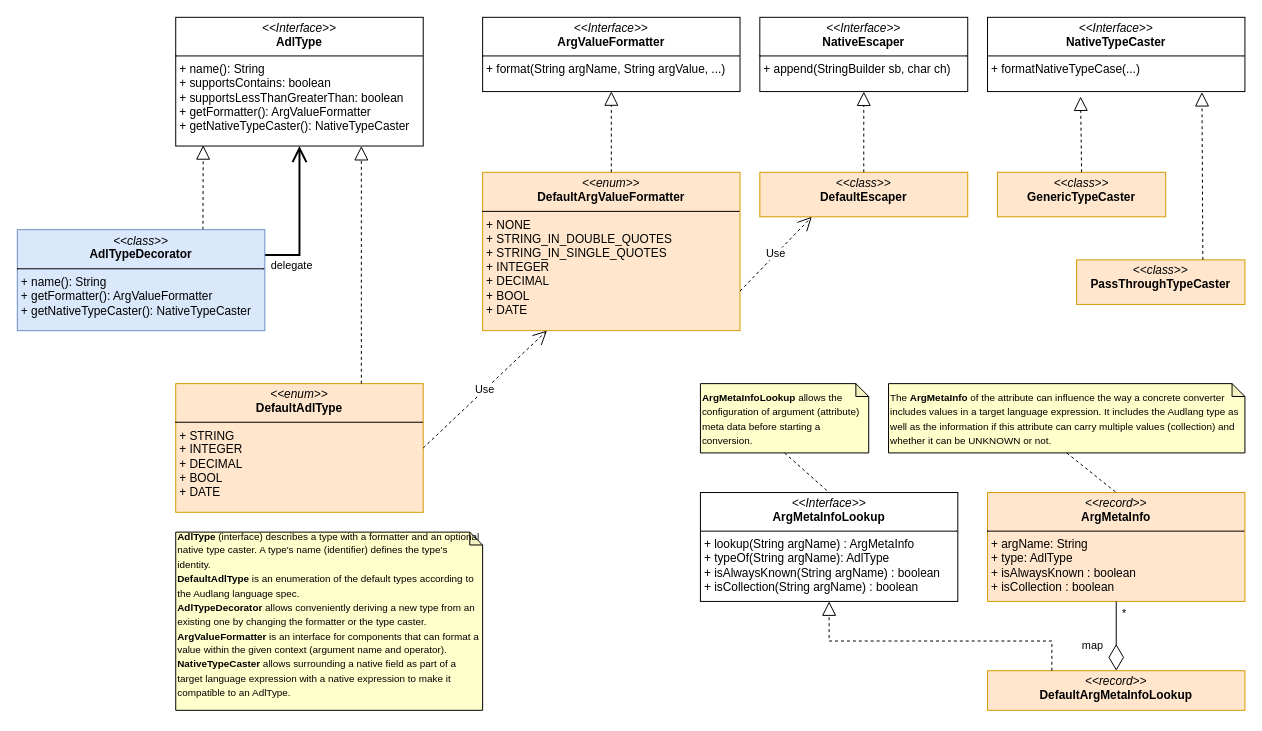
This is src/main/java/de/calamanari/adl/cnv/tps/tps.drawio from KarlEilebrecht/audlang-java-core, a draw.io file, before an edit. Source tidied: cells renumbered, new cells numbered last; positions are measured from the earlier drawing's top-left corner, leaving out a move shared by most shapes. Both pictures are drawn from the tidied source at 99%, with x=0, y=0 at pixel (17, 17).
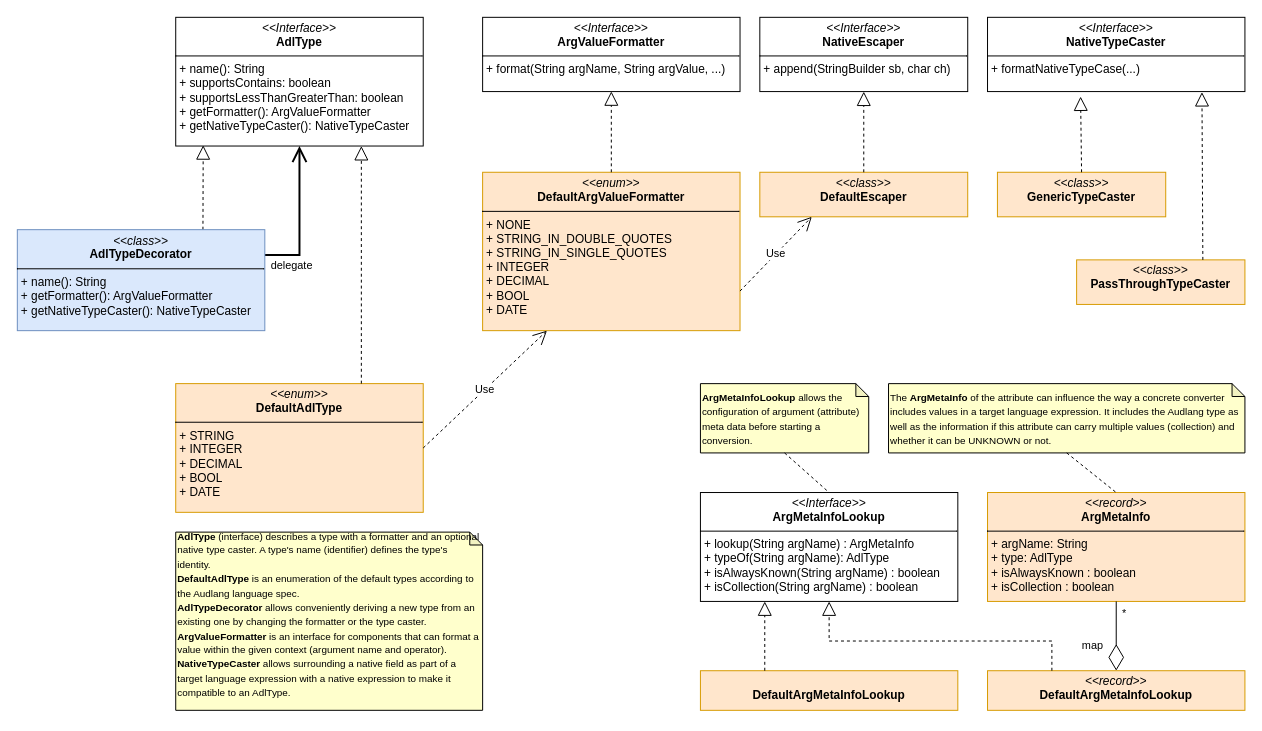
Above is the later version.

Commit message (it also covers changes not shown here):
fixed some typos, diagram updated

The change refers to these unchanged cells:
```xml
<mxCell id="30" value="&lt;p style=&quot;margin:0px;margin-top:4px;text-align:center;&quot;&gt;&lt;i&gt;&amp;lt;&amp;lt;Interface&amp;gt;&amp;gt;&lt;/i&gt;&lt;br&gt;&lt;b&gt;ArgMetaInfoLookup&lt;/b&gt;&lt;/p&gt;&lt;hr size=&quot;1&quot; style=&quot;border-style:solid;&quot;&gt;&lt;p style=&quot;margin:0px;margin-left:4px;&quot;&gt;+ lookup(String argName) : ArgMetaInfo&lt;br&gt;+ typeOf(String argName): AdlType&lt;/p&gt;&lt;p style=&quot;margin:0px;margin-left:4px;&quot;&gt;+ isAlwaysKnown(&lt;span style=&quot;background-color: initial;&quot;&gt;String argName&lt;/span&gt;&lt;span style=&quot;background-color: initial;&quot;&gt;) : boolean&lt;/span&gt;&lt;/p&gt;&lt;p style=&quot;margin:0px;margin-left:4px;&quot;&gt;+ isCollection(&lt;span style=&quot;background-color: initial;&quot;&gt;String argName)&lt;/span&gt;&lt;span style=&quot;background-color: initial;&quot;&gt;&amp;nbsp;: boolean&lt;/span&gt;&lt;/p&gt;" style="verticalAlign=top;align=left;overflow=fill;html=1;whiteSpace=wrap;" parent="1" vertex="1">
  <mxGeometry x="690" y="480" width="260" height="110" as="geometry" />
</mxCell>
```

Change to the diagram source:
```diff
@@
+    <mxCell id="34" value="&lt;p style=&quot;margin:0px;margin-top:4px;text-align:center;&quot;&gt;&lt;br&gt;&lt;b&gt;DefaultArgMetaInfoLookup&lt;/b&gt;&lt;/p&gt;&lt;p style=&quot;margin:0px;margin-left:4px;&quot;&gt;&lt;br&gt;&lt;/p&gt;" style="verticalAlign=top;align=left;overflow=fill;html=1;whiteSpace=wrap;fillColor=#ffe6cc;strokeColor=#d79b00;" parent="1" vertex="1">
+      <mxGeometry x="690" y="660" width="260" height="40" as="geometry" />
+    </mxCell>
+    <mxCell id="35" style="endArrow=block;dashed=1;endFill=0;endSize=12;html=1;rounded=0;exitX=0.25;exitY=0;exitDx=0;exitDy=0;entryX=0.25;entryY=1;entryDx=0;entryDy=0;" parent="1" edge="1" source="34" target="30">
+      <mxGeometry relative="1" as="geometry" />
+    </mxCell>
```
